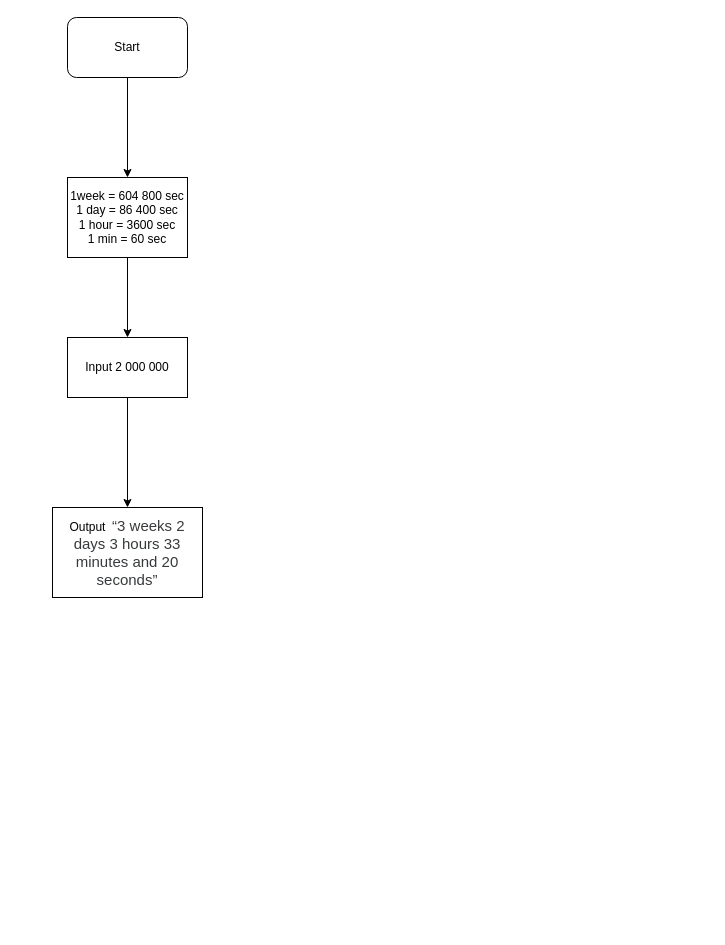
Earlier version of the draw.io diagram Nicolaus/intermediate1.drawio (ivmaksimov/FE16-Algorithms-DAY1-Ivan-Nikolaus). Source tidied: cells renumbered, new cells numbered last; positions are measured from the earlier drawing's top-left corner, leaving out a move shared by most shapes. Both pictures are drawn from the tidied source at 100%, with x=0, y=0 at pixel (52, 17).
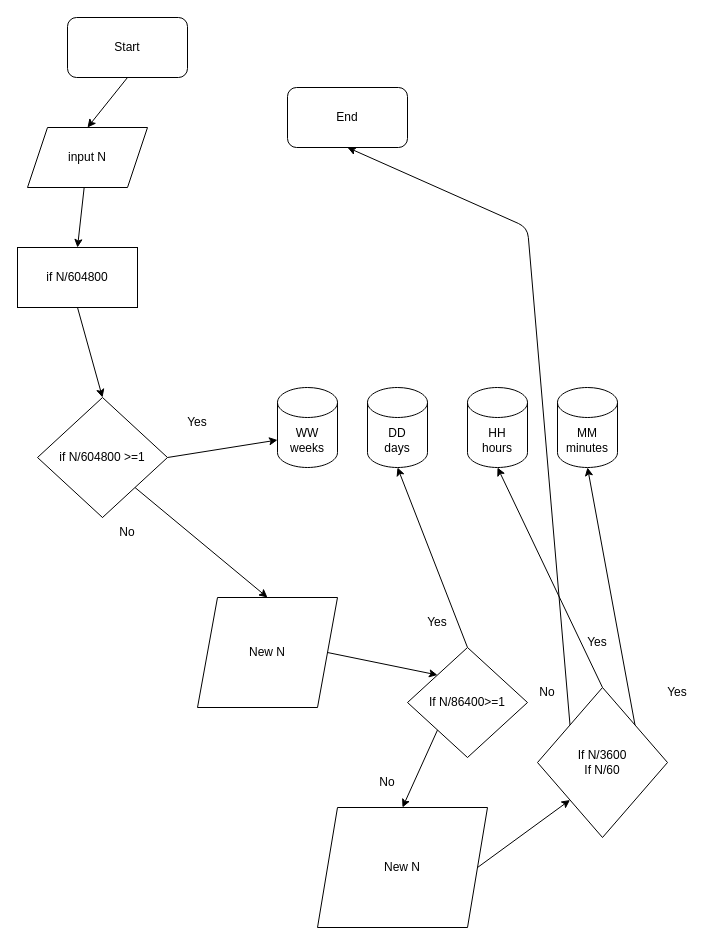
The same page after the edit.

Unchanged cells that the change refers to:
```xml
<mxCell id="3" value="Start&lt;br&gt;" style="rounded=1;whiteSpace=wrap;html=1;" parent="1" vertex="1">
  <mxGeometry x="15" width="120" height="60" as="geometry" />
</mxCell>
```

The edit, as a diff of the source:
```diff
@@
-    <mxCell id="2" style="edgeStyle=none;html=1;exitX=0.5;exitY=1;exitDx=0;exitDy=0;" parent="1" edge="1" source="3" target="5">
+    <mxCell id="2" style="edgeStyle=none;html=1;exitX=0.5;exitY=1;exitDx=0;exitDy=0;entryX=0.5;entryY=0;entryDx=0;entryDy=0;" parent="1" edge="1" source="3" target="8">
       <mxGeometry relative="1" as="geometry" />
     </mxCell>
@@
-    <mxCell id="4" style="edgeStyle=none;html=1;exitX=0.5;exitY=1;exitDx=0;exitDy=0;entryX=0.5;entryY=0;entryDx=0;entryDy=0;" parent="1" edge="1" source="5" target="7">
-      <mxGeometry relative="1" as="geometry" />
-    </mxCell>
-    <mxCell id="5" value="1week = 604 800 sec&lt;br&gt;1 day = 86 400 sec&lt;br&gt;1 hour = 3600 sec&lt;br&gt;1 min = 60 sec" style="rounded=0;whiteSpace=wrap;html=1;" parent="1" vertex="1">
-      <mxGeometry x="15" y="160" width="120" height="80" as="geometry" />
-    </mxCell>
+    <mxCell id="9" style="edgeStyle=none;html=1;entryX=0.5;entryY=0;entryDx=0;entryDy=0;" parent="1" edge="1" source="8" target="6">
+      <mxGeometry relative="1" as="geometry" />
+    </mxCell>
+    <mxCell id="8" value="input N" style="shape=parallelogram;perimeter=parallelogramPerimeter;whiteSpace=wrap;html=1;fixedSize=1;" parent="1" vertex="1">
+      <mxGeometry x="-25" y="110" width="120" height="60" as="geometry" />
+    </mxCell>
+    <mxCell id="10" style="edgeStyle=none;html=1;exitX=0.5;exitY=1;exitDx=0;exitDy=0;entryX=0.5;entryY=0;entryDx=0;entryDy=0;" parent="1" edge="1" source="6" target="14">
+      <mxGeometry relative="1" as="geometry" />
+    </mxCell>
-    <mxCell id="6" style="edgeStyle=none;html=1;exitX=0.5;exitY=1;exitDx=0;exitDy=0;entryX=0.5;entryY=0;entryDx=0;entryDy=0;" parent="1" edge="1" source="7" target="8">
-      <mxGeometry relative="1" as="geometry" />
+    <mxCell id="6" value="if N/604800" style="rounded=0;whiteSpace=wrap;html=1;" parent="1" vertex="1">
+      <mxGeometry x="-35" y="230" width="120" height="60" as="geometry" />
     </mxCell>
-    <mxCell id="7" value="Input 2 000 000" style="rounded=0;whiteSpace=wrap;html=1;" parent="1" vertex="1">
-      <mxGeometry x="15" y="320" width="120" height="60" as="geometry" />
-    </mxCell>
-    <mxCell id="8" value="Output&amp;nbsp;&amp;nbsp;&lt;span style=&quot;color: rgb(55 , 58 , 60) ; font-family: , &amp;#34;blinkmacsystemfont&amp;#34; , &amp;#34;segoe ui&amp;#34; , &amp;#34;roboto&amp;#34; , &amp;#34;helvetica neue&amp;#34; , &amp;#34;arial&amp;#34; , sans-serif , &amp;#34;apple color emoji&amp;#34; , &amp;#34;segoe ui emoji&amp;#34; , &amp;#34;segoe ui symbol&amp;#34; ; font-size: 15px ; text-align: left ; background-color: rgb(255 , 255 , 255)&quot;&gt;“3 weeks 2 days 3 hours 33 minutes and 20 seconds”&lt;/span&gt;" style="rounded=0;whiteSpace=wrap;html=1;" parent="1" vertex="1">
-      <mxGeometry y="490" width="150" height="90" as="geometry" />
-    </mxCell>
+    <mxCell id="11" style="edgeStyle=none;html=1;exitX=0.5;exitY=1;exitDx=0;exitDy=0;" parent="1" edge="1" source="14">
+      <mxGeometry relative="1" as="geometry">
+        <mxPoint x="25" y="440" as="targetPoint" />
+      </mxGeometry>
+    </mxCell>
+    <mxCell id="12" style="edgeStyle=none;html=1;exitX=1;exitY=0.5;exitDx=0;exitDy=0;entryX=0;entryY=0;entryDx=0;entryDy=52.5;entryPerimeter=0;" parent="1" edge="1" source="14" target="15">
+      <mxGeometry relative="1" as="geometry" />
+    </mxCell>
+    <mxCell id="13" style="edgeStyle=none;html=1;exitX=1;exitY=1;exitDx=0;exitDy=0;entryX=0.5;entryY=0;entryDx=0;entryDy=0;" parent="1" edge="1" source="14" target="22">
+      <mxGeometry relative="1" as="geometry" />
+    </mxCell>
+    <mxCell id="14" value="if N/604800 &amp;gt;=1" style="rhombus;whiteSpace=wrap;html=1;" parent="1" vertex="1">
+      <mxGeometry x="-15" y="380" width="130" height="120" as="geometry" />
+    </mxCell>
+    <mxCell id="15" value="WW&lt;br&gt;weeks" style="shape=cylinder3;whiteSpace=wrap;html=1;boundedLbl=1;backgroundOutline=1;size=15;" parent="1" vertex="1">
+      <mxGeometry x="225" y="370" width="60" height="80" as="geometry" />
+    </mxCell>
+    <mxCell id="16" value="DD&lt;br&gt;days" style="shape=cylinder3;whiteSpace=wrap;html=1;boundedLbl=1;backgroundOutline=1;size=15;" parent="1" vertex="1">
+      <mxGeometry x="315" y="370" width="60" height="80" as="geometry" />
+    </mxCell>
+    <mxCell id="17" value="HH&lt;br&gt;hours" style="shape=cylinder3;whiteSpace=wrap;html=1;boundedLbl=1;backgroundOutline=1;size=15;" parent="1" vertex="1">
+      <mxGeometry x="415" y="370" width="60" height="80" as="geometry" />
+    </mxCell>
+    <mxCell id="18" value="MM&lt;br&gt;minutes" style="shape=cylinder3;whiteSpace=wrap;html=1;boundedLbl=1;backgroundOutline=1;size=15;" parent="1" vertex="1">
+      <mxGeometry x="505" y="370" width="60" height="80" as="geometry" />
+    </mxCell>
+    <mxCell id="19" value="Yes" style="text;html=1;strokeColor=none;fillColor=none;align=center;verticalAlign=middle;whiteSpace=wrap;rounded=0;" parent="1" vertex="1">
+      <mxGeometry x="115" y="390" width="60" height="30" as="geometry" />
+    </mxCell>
+    <mxCell id="20" value="No" style="text;html=1;strokeColor=none;fillColor=none;align=center;verticalAlign=middle;whiteSpace=wrap;rounded=0;" parent="1" vertex="1">
+      <mxGeometry x="45" y="500" width="60" height="30" as="geometry" />
+    </mxCell>
+    <mxCell id="21" style="edgeStyle=none;html=1;exitX=1;exitY=0.5;exitDx=0;exitDy=0;entryX=0;entryY=0;entryDx=0;entryDy=0;" parent="1" edge="1" source="22" target="29">
+      <mxGeometry relative="1" as="geometry" />
+    </mxCell>
+    <mxCell id="22" value="New N" style="shape=parallelogram;perimeter=parallelogramPerimeter;whiteSpace=wrap;html=1;fixedSize=1;" parent="1" vertex="1">
+      <mxGeometry x="145" y="580" width="140" height="110" as="geometry" />
+    </mxCell>
+    <mxCell id="23" style="edgeStyle=none;html=1;exitX=0.5;exitY=0;exitDx=0;exitDy=0;entryX=0.5;entryY=1;entryDx=0;entryDy=0;entryPerimeter=0;" parent="1" edge="1" source="29" target="16">
+      <mxGeometry relative="1" as="geometry" />
+    </mxCell>
+    <mxCell id="24" style="edgeStyle=none;html=1;exitX=0;exitY=1;exitDx=0;exitDy=0;entryX=0.5;entryY=0;entryDx=0;entryDy=0;" parent="1" edge="1" source="29" target="27">
+      <mxGeometry relative="1" as="geometry" />
+    </mxCell>
+    <mxCell id="25" value="Yes" style="text;html=1;strokeColor=none;fillColor=none;align=center;verticalAlign=middle;whiteSpace=wrap;rounded=0;" parent="1" vertex="1">
+      <mxGeometry x="355" y="590" width="60" height="30" as="geometry" />
+    </mxCell>
+    <mxCell id="26" style="edgeStyle=none;html=1;exitX=1;exitY=0.5;exitDx=0;exitDy=0;entryX=0;entryY=1;entryDx=0;entryDy=0;" parent="1" edge="1" source="27" target="33">
+      <mxGeometry relative="1" as="geometry" />
+    </mxCell>
+    <mxCell id="27" value="New N" style="shape=parallelogram;perimeter=parallelogramPerimeter;whiteSpace=wrap;html=1;fixedSize=1;" parent="1" vertex="1">
+      <mxGeometry x="265" y="790" width="170" height="120" as="geometry" />
+    </mxCell>
+    <mxCell id="28" value="No" style="text;html=1;strokeColor=none;fillColor=none;align=center;verticalAlign=middle;whiteSpace=wrap;rounded=0;" parent="1" vertex="1">
+      <mxGeometry x="305" y="750" width="60" height="30" as="geometry" />
+    </mxCell>
+    <mxCell id="29" value="&lt;span&gt;If N/86400&amp;gt;=1&lt;/span&gt;" style="rhombus;whiteSpace=wrap;html=1;" parent="1" vertex="1">
+      <mxGeometry x="355" y="630" width="120" height="110" as="geometry" />
+    </mxCell>
+    <mxCell id="30" style="edgeStyle=none;html=1;exitX=0.5;exitY=0;exitDx=0;exitDy=0;entryX=0.5;entryY=1;entryDx=0;entryDy=0;entryPerimeter=0;" parent="1" edge="1" source="33" target="17">
+      <mxGeometry relative="1" as="geometry" />
+    </mxCell>
+    <mxCell id="31" style="edgeStyle=none;html=1;exitX=1;exitY=0;exitDx=0;exitDy=0;entryX=0.5;entryY=1;entryDx=0;entryDy=0;entryPerimeter=0;" parent="1" edge="1" source="33" target="18">
+      <mxGeometry relative="1" as="geometry" />
+    </mxCell>
+    <mxCell id="32" style="edgeStyle=none;html=1;exitX=0;exitY=0;exitDx=0;exitDy=0;entryX=0.5;entryY=1;entryDx=0;entryDy=0;" parent="1" edge="1" source="33" target="37">
+      <mxGeometry relative="1" as="geometry">
+        <Array as="points">
+          <mxPoint x="475" y="210" />
+        </Array>
+      </mxGeometry>
+    </mxCell>
+    <mxCell id="33" value="If N/3600&lt;br&gt;If N/60" style="rhombus;whiteSpace=wrap;html=1;" parent="1" vertex="1">
+      <mxGeometry x="485" y="670" width="130" height="150" as="geometry" />
+    </mxCell>
+    <mxCell id="34" value="Yes" style="text;html=1;strokeColor=none;fillColor=none;align=center;verticalAlign=middle;whiteSpace=wrap;rounded=0;" parent="1" vertex="1">
+      <mxGeometry x="595" y="660" width="60" height="30" as="geometry" />
+    </mxCell>
+    <mxCell id="35" value="Yes" style="text;html=1;strokeColor=none;fillColor=none;align=center;verticalAlign=middle;whiteSpace=wrap;rounded=0;" parent="1" vertex="1">
+      <mxGeometry x="515" y="610" width="60" height="30" as="geometry" />
+    </mxCell>
+    <mxCell id="36" value="No" style="text;html=1;strokeColor=none;fillColor=none;align=center;verticalAlign=middle;whiteSpace=wrap;rounded=0;" parent="1" vertex="1">
+      <mxGeometry x="465" y="660" width="60" height="30" as="geometry" />
+    </mxCell>
+    <mxCell id="37" value="End" style="rounded=1;whiteSpace=wrap;html=1;" parent="1" vertex="1">
+      <mxGeometry x="235" y="70" width="120" height="60" as="geometry" />
+    </mxCell>
```
